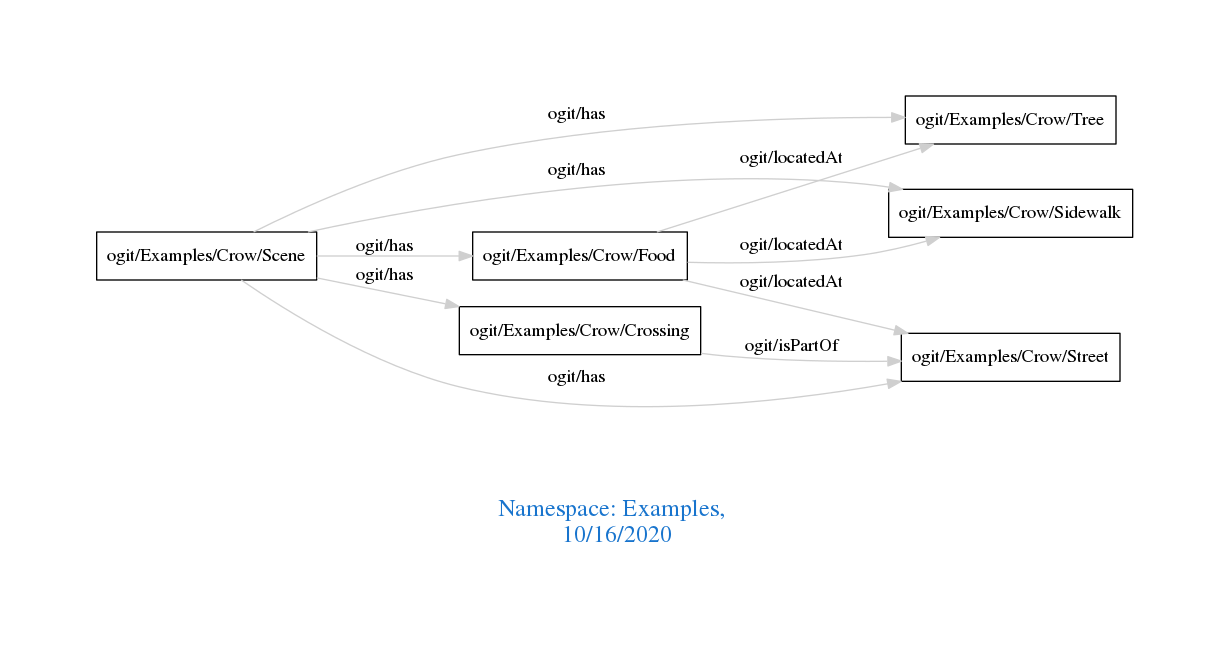
The Graphviz diagram downloads/Examples.png in arago/OGIT, before a commit. Its source is kept beside it as downloads/Examples.dot.
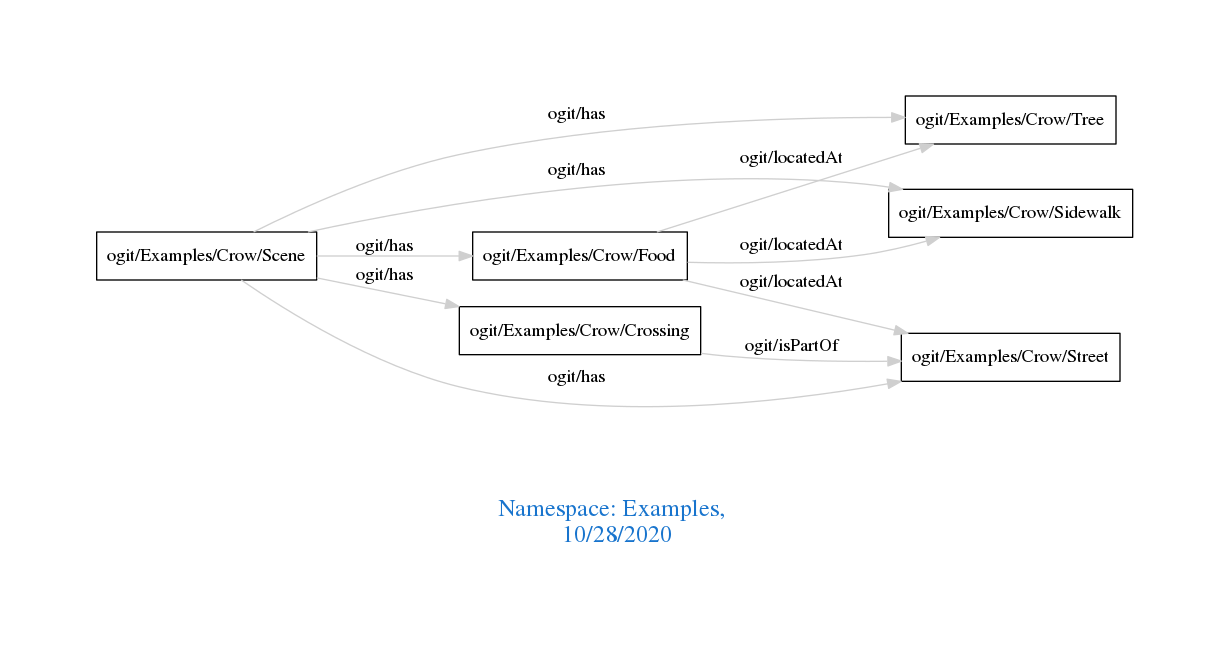
After the commit.

What changed in the source:
```diff
@@ -1,7 +1,7 @@
 digraph OGIT_ontology {
  graph [ rankdir= LR,pad=1
 fontsize = 18,
-fontcolor= dodgerblue3,label = "\n\n\nNamespace: Examples, \n 10/16/2020"];
+fontcolor= dodgerblue3,label = "\n\n\nNamespace: Examples, \n 10/28/2020"];
 node[shape=polygon];
 edge [  color="gray81"];
 
```
